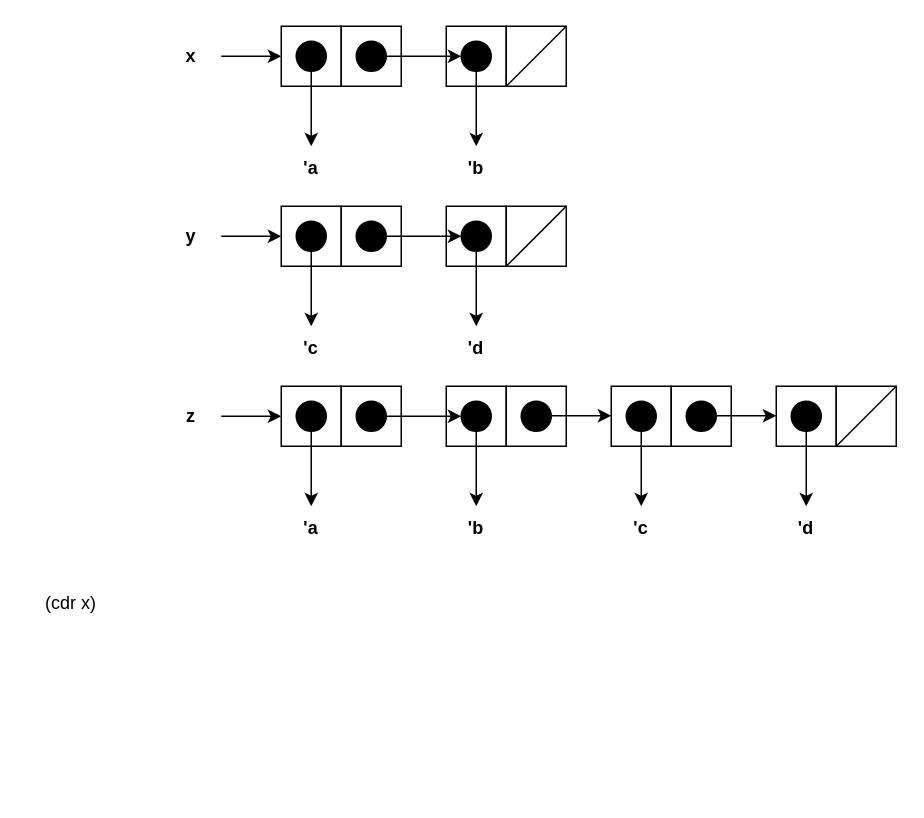
ppysjp/SICP keeps this draw.io diagram as Chapter3/Exercise3_12.drawio. Above is the earlier version. Source tidied: cells renumbered, new cells numbered last; positions are measured from the earlier drawing's top-left corner, leaving out a move shared by most shapes. Both pictures are drawn from the tidied source at 150%, with x=0, y=0 at pixel (26, 26).
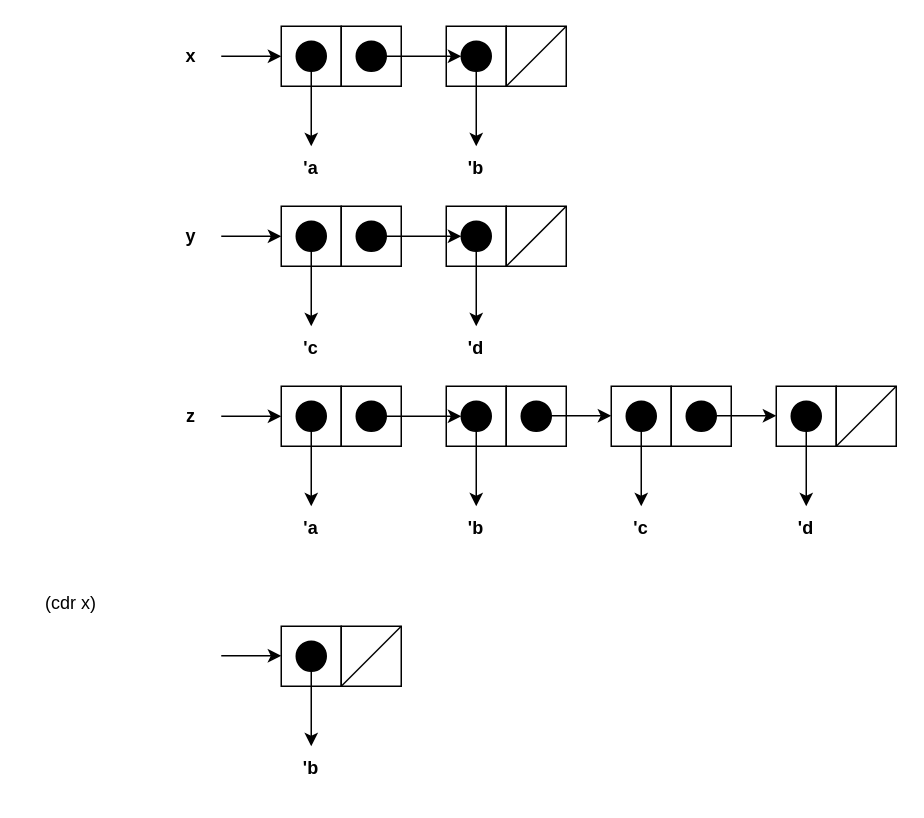
Above is the later version.

Commit message (it also covers changes not shown here):
cdr x is now drawn as box and pointer digagram

The edit, as a diff of the source:
```diff
@@
+    <mxCell id="75" style="ellipse;whiteSpace=wrap;html=1;fillColor=#000000;" parent="1" vertex="1">
+      <mxGeometry x="180" y="410" width="20" height="20" as="geometry" />
+    </mxCell>
+    <mxCell id="76" style="rounded=0;whiteSpace=wrap;html=1;fillColor=none;" parent="1" vertex="1">
+      <mxGeometry x="170" y="400" width="40" height="40" as="geometry" />
+    </mxCell>
+    <mxCell id="77" style="endArrow=classic;html=1;rounded=0;" parent="1" edge="1">
+      <mxGeometry relative="1" as="geometry">
+        <mxPoint x="130" y="419.7" as="sourcePoint" />
+        <mxPoint x="170" y="419.7" as="targetPoint" />
+      </mxGeometry>
+    </mxCell>
+    <mxCell id="78" value="&lt;b&gt;'b&lt;/b&gt;" style="text;html=1;strokeColor=none;fillColor=none;align=center;verticalAlign=middle;whiteSpace=wrap;rounded=0;" parent="1" vertex="1">
+      <mxGeometry x="160" y="480" width="60" height="30" as="geometry" />
+    </mxCell>
+    <mxCell id="79" style="endArrow=classic;html=1;rounded=0;exitX=0.5;exitY=1;exitDx=0;exitDy=0;" parent="1" edge="1">
+      <mxGeometry relative="1" as="geometry">
+        <mxPoint x="190" y="430" as="sourcePoint" />
+        <mxPoint x="190" y="480" as="targetPoint" />
+      </mxGeometry>
+    </mxCell>
+    <mxCell id="80" style="rounded=0;whiteSpace=wrap;html=1;fillColor=none;" parent="1" vertex="1">
+      <mxGeometry x="210" y="400" width="40" height="40" as="geometry" />
+    </mxCell>
+    <mxCell id="81" style="endArrow=none;html=1;rounded=0;" parent="1" edge="1">
+      <mxGeometry relative="1" as="geometry">
+        <mxPoint x="210" y="440" as="sourcePoint" />
+        <mxPoint x="250" y="400" as="targetPoint" />
+      </mxGeometry>
+    </mxCell>
```
